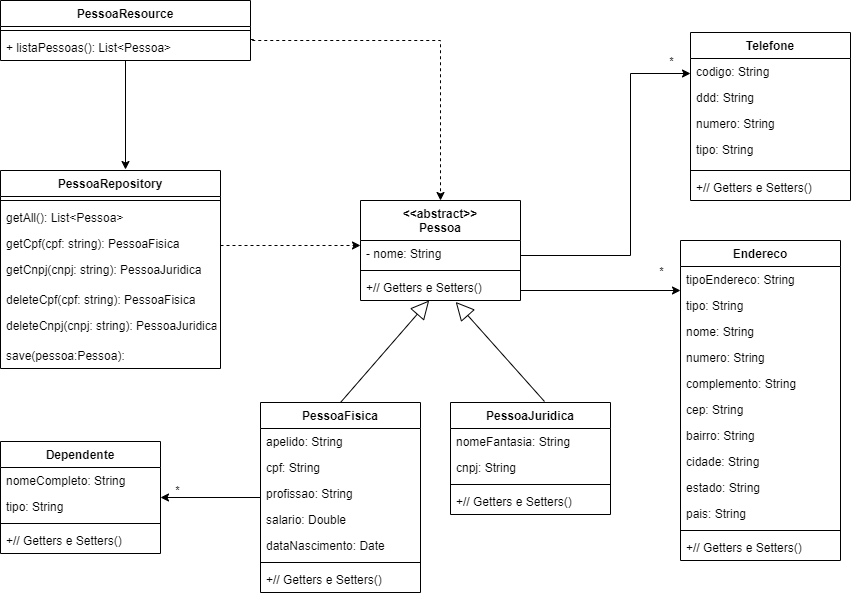
ruirenan/api-pessoas keeps this draw.io diagram as apirest/docs/diagrama-classe.png. Above is the earlier version. Source tidied: cells renumbered, new cells last; positions are measured from the earlier drawing's top-left corner, leaving out a move shared by most shapes.
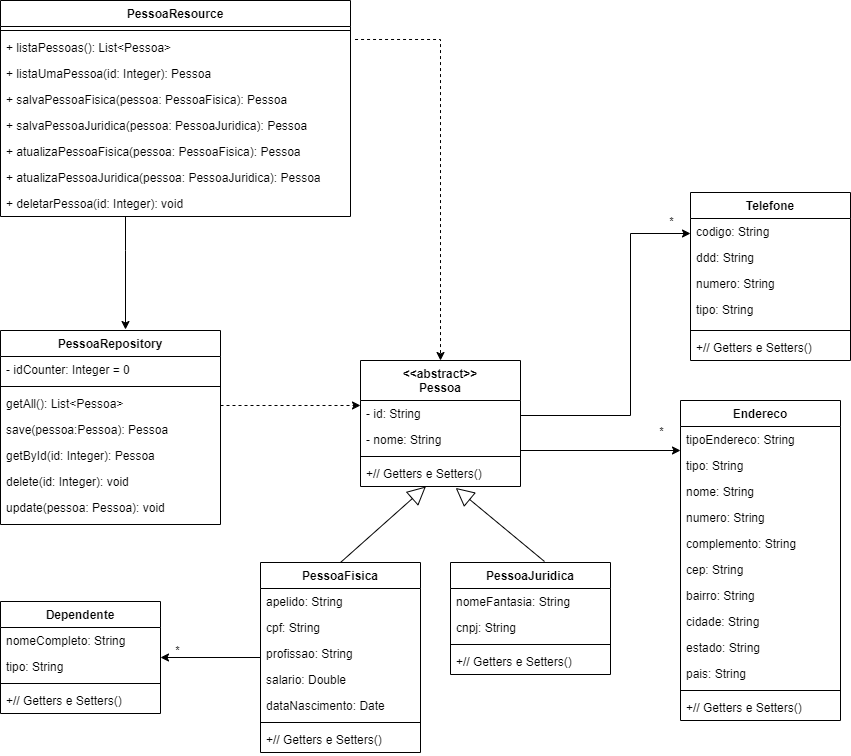
Above is the later version.

Commit message:
Atualização UML

The edit, as a diff of the source:
```diff
@@ -167,29 +167,29 @@
       </mxGeometry>
     </mxCell>
     <mxCell id="48" value="PessoaRepository" style="swimlane;fontStyle=1;align=center;verticalAlign=top;horizontal=1;startSize=26;" parent="1" vertex="1">
-      <mxGeometry y="170" width="220" height="198" as="geometry" />
+      <mxGeometry y="170" width="220" height="194" as="geometry" />
     </mxCell>
+    <mxCell id="66" value="- idCounter: Integer = 0" style="text;strokeColor=none;fillColor=none;align=left;verticalAlign=top;spacingLeft=4;spacingRight=4;overflow=hidden;" parent="48" vertex="1">
+      <mxGeometry y="26" width="220" height="26" as="geometry" />
+    </mxCell>
     <mxCell id="49" style="line;strokeWidth=1;fillColor=none;align=left;verticalAlign=middle;spacingTop=-1;spacingLeft=3;spacingRight=3;labelPosition=right;" parent="48" vertex="1">
-      <mxGeometry y="26" width="220" height="8" as="geometry" />
+      <mxGeometry y="52" width="220" height="8" as="geometry" />
     </mxCell>
     <mxCell id="50" value="getAll(): List&lt;Pessoa&gt;" style="text;strokeColor=none;fillColor=none;align=left;verticalAlign=top;spacingLeft=4;spacingRight=4;overflow=hidden;" parent="48" vertex="1">
-      <mxGeometry y="34" width="220" height="26" as="geometry" />
+      <mxGeometry y="60" width="220" height="26" as="geometry" />
     </mxCell>
+    <mxCell id="55" value="save(pessoa:Pessoa): Pessoa" style="text;strokeColor=none;fillColor=none;align=left;verticalAlign=top;spacingLeft=4;spacingRight=4;overflow=hidden;" parent="48" vertex="1">
+      <mxGeometry y="86" width="220" height="26" as="geometry" />
+    </mxCell>
-    <mxCell id="51" value="getCpf(cpf: string): PessoaFisica" style="text;strokeColor=none;fillColor=none;align=left;verticalAlign=top;spacingLeft=4;spacingRight=4;overflow=hidden;" parent="48" vertex="1">
-      <mxGeometry y="60" width="220" height="26" as="geometry" />
+    <mxCell id="51" value="getById(id: Integer): Pessoa" style="text;strokeColor=none;fillColor=none;align=left;verticalAlign=top;spacingLeft=4;spacingRight=4;overflow=hidden;" parent="48" vertex="1">
+      <mxGeometry y="112" width="220" height="26" as="geometry" />
     </mxCell>
-    <mxCell id="52" value="getCnpj(cnpj: string): PessoaJuridica" style="text;strokeColor=none;fillColor=none;align=left;verticalAlign=top;spacingLeft=4;spacingRight=4;overflow=hidden;" parent="48" vertex="1">
-      <mxGeometry y="86" width="220" height="30" as="geometry" />
-    </mxCell>
-    <mxCell id="53" value="deleteCpf(cpf: string): PessoaFisica" style="text;strokeColor=none;fillColor=none;align=left;verticalAlign=top;spacingLeft=4;spacingRight=4;overflow=hidden;" parent="48" vertex="1">
-      <mxGeometry y="116" width="220" height="26" as="geometry" />
+    <mxCell id="53" value="delete(id: Integer): void" style="text;strokeColor=none;fillColor=none;align=left;verticalAlign=top;spacingLeft=4;spacingRight=4;overflow=hidden;" parent="48" vertex="1">
+      <mxGeometry y="138" width="220" height="26" as="geometry" />
     </mxCell>
-    <mxCell id="54" value="deleteCnpj(cnpj: string): PessoaJuridica" style="text;strokeColor=none;fillColor=none;align=left;verticalAlign=top;spacingLeft=4;spacingRight=4;overflow=hidden;" parent="48" vertex="1">
-      <mxGeometry y="142" width="220" height="30" as="geometry" />
+    <mxCell id="54" value="update(pessoa: Pessoa): void" style="text;strokeColor=none;fillColor=none;align=left;verticalAlign=top;spacingLeft=4;spacingRight=4;overflow=hidden;" parent="48" vertex="1">
+      <mxGeometry y="164" width="220" height="30" as="geometry" />
     </mxCell>
-    <mxCell id="55" value="save(pessoa:Pessoa): " style="text;strokeColor=none;fillColor=none;align=left;verticalAlign=top;spacingLeft=4;spacingRight=4;overflow=hidden;" parent="48" vertex="1">
-      <mxGeometry y="172" width="220" height="26" as="geometry" />
-    </mxCell>
     <mxCell id="56" style="edgeStyle=orthogonalEdgeStyle;rounded=0;jettySize=auto;html=1;entryX=0;entryY=0.192;entryDx=0;entryDy=0;entryPerimeter=0;dashed=1;" parent="1" edge="1" target="58">
       <mxGeometry relative="1" as="geometry">
         <mxPoint x="220" y="245" as="sourcePoint" />
@@ -199,39 +199,62 @@
       </mxGeometry>
     </mxCell>
     <mxCell id="57" value="&lt;&lt;abstract&gt;&gt;&#10;Pessoa" style="swimlane;fontStyle=1;align=center;verticalAlign=top;horizontal=1;startSize=40;" parent="1" vertex="1">
-      <mxGeometry x="360" y="200" width="160" height="100" as="geometry" />
+      <mxGeometry x="360" y="200" width="160" height="126" as="geometry" />
     </mxCell>
-    <mxCell id="58" value="- nome: String" style="text;strokeColor=none;fillColor=none;align=left;verticalAlign=top;spacingLeft=4;spacingRight=4;overflow=hidden;points=[[0,0.5],[1,0.5]];portConstraint=eastwest;" parent="57" vertex="1">
+    <mxCell id="58" value="- id: String" style="text;strokeColor=none;fillColor=none;align=left;verticalAlign=top;spacingLeft=4;spacingRight=4;overflow=hidden;points=[[0,0.5],[1,0.5]];portConstraint=eastwest;" parent="57" vertex="1">
       <mxGeometry y="40" width="160" height="26" as="geometry" />
     </mxCell>
+    <mxCell id="67" value="- nome: String" style="text;strokeColor=none;fillColor=none;align=left;verticalAlign=top;spacingLeft=4;spacingRight=4;overflow=hidden;" parent="57" vertex="1">
+      <mxGeometry y="66" width="160" height="26" as="geometry" />
+    </mxCell>
     <mxCell id="59" style="line;strokeWidth=1;fillColor=none;align=left;verticalAlign=middle;spacingTop=-1;spacingLeft=3;spacingRight=3;labelPosition=right;" parent="57" vertex="1">
-      <mxGeometry y="66" width="160" height="8" as="geometry" />
+      <mxGeometry y="92" width="160" height="8" as="geometry" />
     </mxCell>
     <mxCell id="60" value="+// Getters e Setters()" style="text;strokeColor=none;fillColor=none;align=left;verticalAlign=top;spacingLeft=4;spacingRight=4;overflow=hidden;points=[[0,0.5],[1,0.5]];portConstraint=eastwest;" parent="57" vertex="1">
-      <mxGeometry y="74" width="160" height="26" as="geometry" />
+      <mxGeometry y="100" width="160" height="26" as="geometry" />
     </mxCell>
     <mxCell id="61" style="edgeStyle=orthogonalEdgeStyle;rounded=0;jettySize=auto;html=1;" parent="1" edge="1" source="63">
       <mxGeometry relative="1" as="geometry">
         <mxPoint x="125" y="169" as="targetPoint" />
+        <Array as="points">
+          <mxPoint x="125" y="90" />
+          <mxPoint x="125" y="90" />
+        </Array>
       </mxGeometry>
     </mxCell>
     <mxCell id="62" style="edgeStyle=orthogonalEdgeStyle;rounded=0;jettySize=auto;html=1;dashed=1;exitX=1.013;exitY=0.192;exitDx=0;exitDy=0;exitPerimeter=0;" parent="1" edge="1" source="65" target="57">
       <mxGeometry relative="1" as="geometry">
         <Array as="points">
-          <mxPoint x="250" y="39" />
-          <mxPoint x="250" y="40" />
-          <mxPoint x="440" y="40" />
+          <mxPoint x="440" y="-121" />
         </Array>
       </mxGeometry>
     </mxCell>
     <mxCell id="63" value="PessoaResource" style="swimlane;fontStyle=1;align=center;verticalAlign=top;horizontal=1;startSize=26;" parent="1" vertex="1">
-      <mxGeometry width="250" height="60" as="geometry" />
+      <mxGeometry y="-160" width="350" height="216" as="geometry" />
     </mxCell>
     <mxCell id="64" style="line;strokeWidth=1;fillColor=none;align=left;verticalAlign=middle;spacingTop=-1;spacingLeft=3;spacingRight=3;labelPosition=right;" parent="63" vertex="1">
-      <mxGeometry y="26" width="250" height="8" as="geometry" />
+      <mxGeometry y="26" width="350" height="8" as="geometry" />
     </mxCell>
     <mxCell id="65" value="+ listaPessoas(): List&lt;Pessoa&gt;" style="text;strokeColor=none;fillColor=none;align=left;verticalAlign=top;spacingLeft=4;spacingRight=4;overflow=hidden;points=[[0,0.5],[1,0.5]];portConstraint=eastwest;" parent="63" vertex="1">
-      <mxGeometry y="34" width="250" height="26" as="geometry" />
+      <mxGeometry y="34" width="350" height="26" as="geometry" />
     </mxCell>
+    <mxCell id="68" value="+ listaUmaPessoa(id: Integer): Pessoa" style="text;strokeColor=none;fillColor=none;align=left;verticalAlign=top;spacingLeft=4;spacingRight=4;overflow=hidden;" parent="63" vertex="1">
+      <mxGeometry y="60" width="350" height="26" as="geometry" />
+    </mxCell>
+    <mxCell id="69" value="+ salvaPessoaFisica(pessoa: PessoaFisica): Pessoa" style="text;strokeColor=none;fillColor=none;align=left;verticalAlign=top;spacingLeft=4;spacingRight=4;overflow=hidden;" parent="63" vertex="1">
+      <mxGeometry y="86" width="350" height="26" as="geometry" />
+    </mxCell>
+    <mxCell id="70" value="+ salvaPessoaJuridica(pessoa: PessoaJuridica): Pessoa" style="text;strokeColor=none;fillColor=none;align=left;verticalAlign=top;spacingLeft=4;spacingRight=4;overflow=hidden;" parent="63" vertex="1">
+      <mxGeometry y="112" width="350" height="26" as="geometry" />
+    </mxCell>
+    <mxCell id="71" value="+ atualizaPessoaFisica(pessoa: PessoaFisica): Pessoa" style="text;strokeColor=none;fillColor=none;align=left;verticalAlign=top;spacingLeft=4;spacingRight=4;overflow=hidden;" parent="63" vertex="1">
+      <mxGeometry y="138" width="350" height="26" as="geometry" />
+    </mxCell>
+    <mxCell id="72" value="+ atualizaPessoaJuridica(pessoa: PessoaJuridica): Pessoa" style="text;strokeColor=none;fillColor=none;align=left;verticalAlign=top;spacingLeft=4;spacingRight=4;overflow=hidden;" parent="63" vertex="1">
+      <mxGeometry y="164" width="350" height="26" as="geometry" />
+    </mxCell>
+    <mxCell id="73" value="+ deletarPessoa(id: Integer): void" style="text;strokeColor=none;fillColor=none;align=left;verticalAlign=top;spacingLeft=4;spacingRight=4;overflow=hidden;" parent="63" vertex="1">
+      <mxGeometry y="190" width="350" height="26" as="geometry" />
+    </mxCell>
   </root>
 </mxGraphModel>
```
